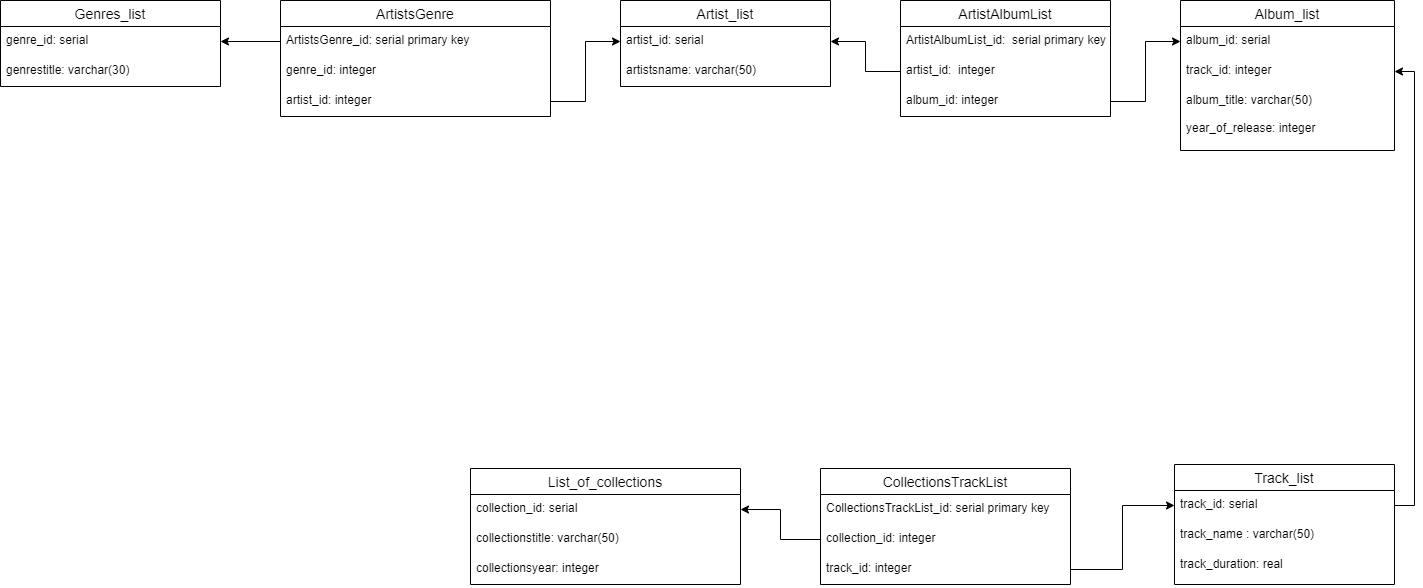
InessaSh2021/Repository_hw keeps this draw.io diagram as HW3_table.png. Above is the earlier version. Source tidied: cells renumbered, new cells last; positions are measured from the earlier drawing's top-left corner, leaving out a move shared by most shapes.
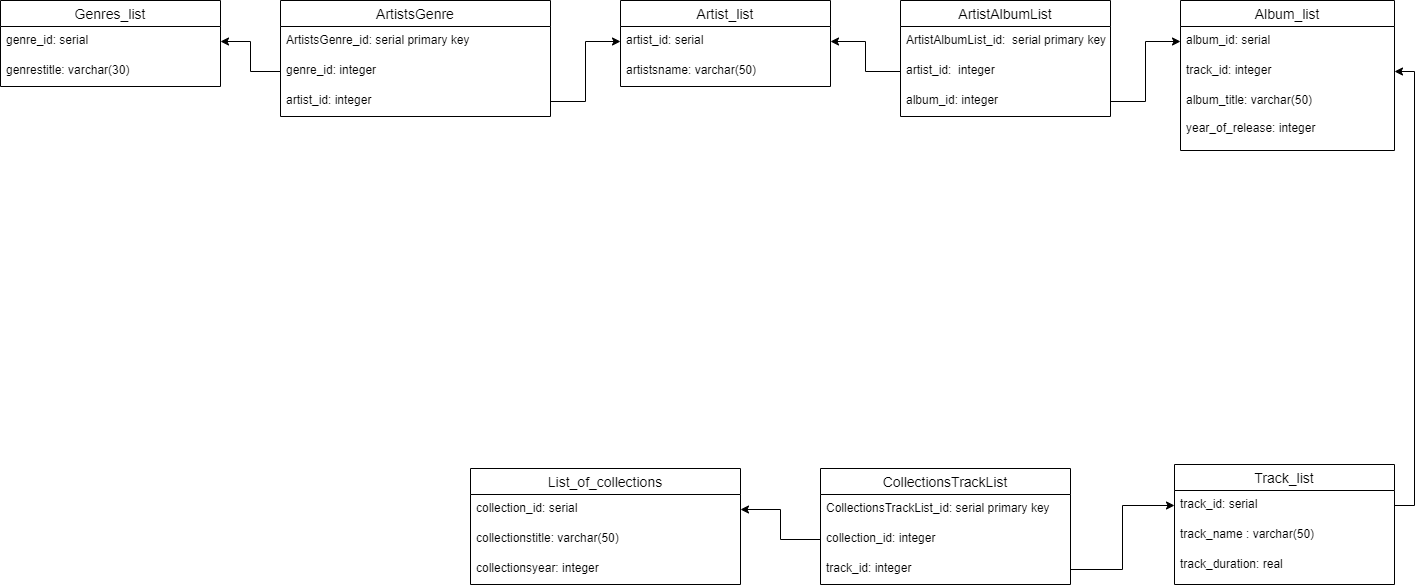
The same file after the commit.

The edit, as a diff of the source:
```diff
@@ -77,7 +77,7 @@
     <mxCell id="26" value="artist_id: integer" style="text;strokeColor=none;fillColor=none;spacingLeft=4;spacingRight=4;overflow=hidden;points=[[0,0.5],[1,0.5]];portConstraint=eastwest;fontSize=12;" parent="23" vertex="1">
       <mxGeometry y="86" width="270" height="30" as="geometry" />
     </mxCell>
-    <mxCell id="27" style="edgeStyle=orthogonalEdgeStyle;rounded=0;jettySize=auto;html=1;exitX=0;exitY=0.5;exitDx=0;exitDy=0;entryX=1;entryY=0.5;entryDx=0;entryDy=0;" parent="1" edge="1" source="24" target="11">
+    <mxCell id="27" style="edgeStyle=orthogonalEdgeStyle;rounded=0;jettySize=auto;html=1;exitX=0;exitY=0.5;exitDx=0;exitDy=0;entryX=1;entryY=0.5;entryDx=0;entryDy=0;" parent="1" edge="1" source="25" target="11">
       <mxGeometry relative="1" as="geometry" />
     </mxCell>
     <mxCell id="28" style="edgeStyle=orthogonalEdgeStyle;rounded=0;jettySize=auto;html=1;exitX=1;exitY=0.5;exitDx=0;exitDy=0;entryX=0;entryY=0.5;entryDx=0;entryDy=0;" parent="1" edge="1" source="26" target="8">
```
